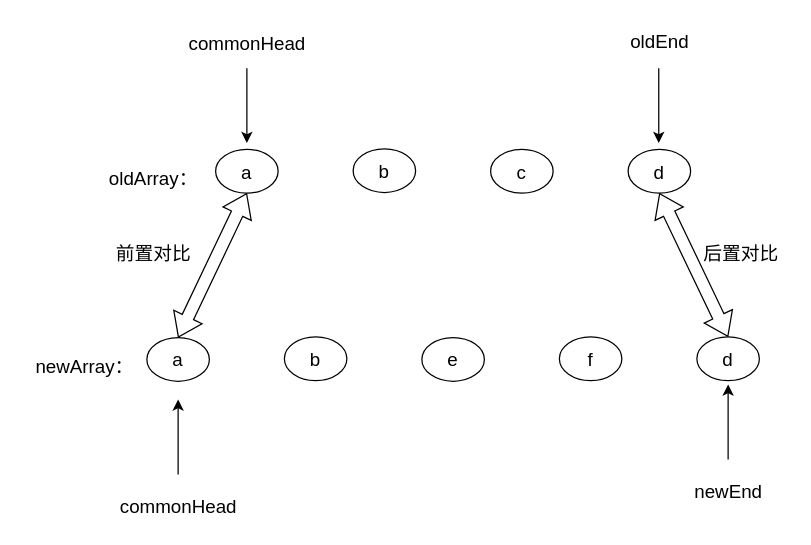
yuxinyu12345/diagrams keeps this draw.io diagram as 第五章/DIFF数组的头尾双端比较图.drawio. Above is the earlier version. Source tidied: cells renumbered, new cells numbered last; positions are measured from the earlier drawing's top-left corner, leaving out a move shared by most shapes. Both pictures are drawn from the tidied source at 125%, with x=0, y=0 at pixel (21, 21).
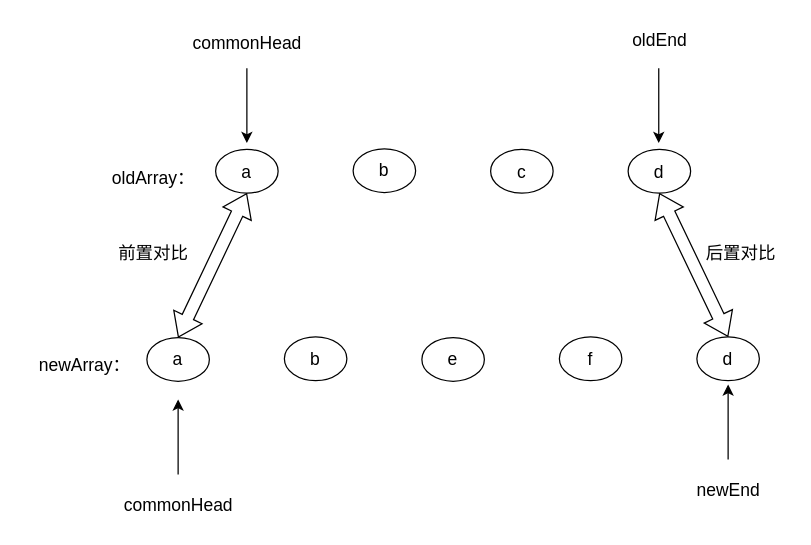
The same diagram, later.

Commit message (it also covers changes not shown here):
更新DIFF数组的头尾双端比较图.drawio

Change to the diagram source:
```diff
@@
-    <mxCell id="2" value="a" style="ellipse;whiteSpace=wrap;html=1;fontSize=15;" parent="1" vertex="1">
+    <mxCell id="2" value="a" style="ellipse;whiteSpace=wrap;html=1;fontSize=14;" parent="1" vertex="1">
       <mxGeometry x="155" y="102" width="50" height="35" as="geometry" />
     </mxCell>
-    <mxCell id="3" value="b" style="ellipse;whiteSpace=wrap;html=1;fontSize=15;" parent="1" vertex="1">
+    <mxCell id="3" value="b" style="ellipse;whiteSpace=wrap;html=1;fontSize=14;" parent="1" vertex="1">
       <mxGeometry x="265" y="101.5" width="50" height="35" as="geometry" />
     </mxCell>
-    <mxCell id="4" value="c" style="ellipse;whiteSpace=wrap;html=1;fontSize=15;" parent="1" vertex="1">
+    <mxCell id="4" value="c" style="ellipse;whiteSpace=wrap;html=1;fontSize=14;" parent="1" vertex="1">
       <mxGeometry x="375" y="102" width="50" height="35" as="geometry" />
     </mxCell>
-    <mxCell id="5" value="d" style="ellipse;whiteSpace=wrap;html=1;fontSize=15;" parent="1" vertex="1">
+    <mxCell id="5" value="d" style="ellipse;whiteSpace=wrap;html=1;fontSize=14;" parent="1" vertex="1">
       <mxGeometry x="485" y="102" width="50" height="35" as="geometry" />
     </mxCell>
-    <mxCell id="6" value="a" style="ellipse;whiteSpace=wrap;html=1;fontSize=15;" parent="1" vertex="1">
+    <mxCell id="6" value="a" style="ellipse;whiteSpace=wrap;html=1;fontSize=14;" parent="1" vertex="1">
       <mxGeometry x="100" y="252.5" width="50" height="35" as="geometry" />
     </mxCell>
-    <mxCell id="7" value="b" style="ellipse;whiteSpace=wrap;html=1;fontSize=15;" parent="1" vertex="1">
+    <mxCell id="7" value="b" style="ellipse;whiteSpace=wrap;html=1;fontSize=14;" parent="1" vertex="1">
       <mxGeometry x="210" y="252" width="50" height="35" as="geometry" />
     </mxCell>
-    <mxCell id="8" value="f" style="ellipse;whiteSpace=wrap;html=1;fontSize=15;" parent="1" vertex="1">
+    <mxCell id="8" value="f" style="ellipse;whiteSpace=wrap;html=1;fontSize=14;" parent="1" vertex="1">
       <mxGeometry x="430" y="252" width="50" height="35" as="geometry" />
     </mxCell>
-    <mxCell id="9" value="d" style="ellipse;whiteSpace=wrap;html=1;fontSize=15;" parent="1" vertex="1">
+    <mxCell id="9" value="d" style="ellipse;whiteSpace=wrap;html=1;fontSize=14;" parent="1" vertex="1">
       <mxGeometry x="540" y="252" width="50" height="35" as="geometry" />
     </mxCell>
-    <mxCell id="10" value="e" style="ellipse;whiteSpace=wrap;html=1;fontSize=15;" parent="1" vertex="1">
+    <mxCell id="10" value="e" style="ellipse;whiteSpace=wrap;html=1;fontSize=14;" parent="1" vertex="1">
       <mxGeometry x="320" y="252.5" width="50" height="35" as="geometry" />
     </mxCell>
-    <mxCell id="11" style="shape=flexArrow;endArrow=classic;startArrow=classic;html=1;rounded=0;endWidth=14;endSize=5.56;startWidth=14;startSize=5.56;exitX=0.5;exitY=1;exitDx=0;exitDy=0;entryX=0.5;entryY=0;entryDx=0;entryDy=0;fontSize=15;" parent="1" edge="1" source="2" target="6">
+    <mxCell id="11" style="shape=flexArrow;endArrow=classic;startArrow=classic;html=1;rounded=0;endWidth=14;endSize=5.56;startWidth=14;startSize=5.56;exitX=0.5;exitY=1;exitDx=0;exitDy=0;entryX=0.5;entryY=0;entryDx=0;entryDy=0;fontSize=14;" parent="1" edge="1" source="2" target="6">
       <mxGeometry relative="1" as="geometry" />
     </mxCell>
-    <mxCell id="12" style="shape=flexArrow;endArrow=classic;startArrow=classic;html=1;rounded=0;endWidth=14;endSize=5.56;startWidth=14;startSize=5.56;exitX=0.5;exitY=1;exitDx=0;exitDy=0;entryX=0.5;entryY=0;entryDx=0;entryDy=0;fontSize=15;" parent="1" edge="1" source="5" target="9">
+    <mxCell id="12" style="shape=flexArrow;endArrow=classic;startArrow=classic;html=1;rounded=0;endWidth=14;endSize=5.56;startWidth=14;startSize=5.56;exitX=0.5;exitY=1;exitDx=0;exitDy=0;entryX=0.5;entryY=0;entryDx=0;entryDy=0;fontSize=14;" parent="1" edge="1" source="5" target="9">
       <mxGeometry relative="1" as="geometry" />
     </mxCell>
-    <mxCell id="13" style="endArrow=classic;html=1;rounded=0;entryX=0.5;entryY=0;entryDx=0;entryDy=0;fontSize=15;" parent="1" edge="1">
+    <mxCell id="13" style="endArrow=classic;html=1;rounded=0;entryX=0.5;entryY=0;entryDx=0;entryDy=0;fontSize=14;" parent="1" edge="1">
       <mxGeometry relative="1" as="geometry">
         <mxPoint x="180" y="37" as="sourcePoint" />
         <mxPoint x="180" y="97" as="targetPoint" />
       </mxGeometry>
     </mxCell>
-    <mxCell id="14" value="commonHead" style="text;html=1;align=center;verticalAlign=middle;strokeColor=none;fillColor=none;fontSize=15;" parent="1" vertex="1">
-      <mxGeometry x="120" y="2" width="120" height="30" as="geometry" />
+    <mxCell id="14" value="commonHead" style="text;html=1;align=center;verticalAlign=middle;strokeColor=none;fillColor=none;fontSize=14;" parent="1" vertex="1">
+      <mxGeometry x="125" y="2" width="110" height="30" as="geometry" />
     </mxCell>
-    <mxCell id="15" style="endArrow=classic;html=1;rounded=0;fontSize=15;" parent="1" edge="1">
+    <mxCell id="15" style="endArrow=classic;html=1;rounded=0;fontSize=14;" parent="1" edge="1">
       <mxGeometry relative="1" as="geometry">
         <mxPoint x="125" y="362" as="sourcePoint" />
         <mxPoint x="125" y="302" as="targetPoint" />
       </mxGeometry>
     </mxCell>
-    <mxCell id="16" value="commonHead" style="text;html=1;align=center;verticalAlign=middle;strokeColor=none;fillColor=none;fontSize=15;" parent="1" vertex="1">
-      <mxGeometry x="65" y="372" width="120" height="30" as="geometry" />
+    <mxCell id="16" value="commonHead" style="text;html=1;align=center;verticalAlign=middle;strokeColor=none;fillColor=none;fontSize=14;" parent="1" vertex="1">
+      <mxGeometry x="70" y="372" width="110" height="30" as="geometry" />
     </mxCell>
-    <mxCell id="17" style="endArrow=classic;html=1;rounded=0;entryX=0.5;entryY=0;entryDx=0;entryDy=0;fontSize=15;" parent="1" edge="1">
+    <mxCell id="17" style="endArrow=classic;html=1;rounded=0;entryX=0.5;entryY=0;entryDx=0;entryDy=0;fontSize=14;" parent="1" edge="1">
       <mxGeometry relative="1" as="geometry">
         <mxPoint x="509.5" y="37" as="sourcePoint" />
         <mxPoint x="509.5" y="97" as="targetPoint" />
       </mxGeometry>
     </mxCell>
-    <mxCell id="18" value="oldEnd" style="text;html=1;align=center;verticalAlign=middle;strokeColor=none;fillColor=none;fontSize=15;" parent="1" vertex="1">
+    <mxCell id="18" value="oldEnd" style="text;html=1;align=center;verticalAlign=middle;strokeColor=none;fillColor=none;fontSize=14;" parent="1" vertex="1">
       <mxGeometry x="475" width="70" height="30" as="geometry" />
     </mxCell>
-    <mxCell id="19" style="endArrow=classic;html=1;rounded=0;fontSize=15;" parent="1" edge="1">
+    <mxCell id="19" style="endArrow=classic;html=1;rounded=0;fontSize=14;" parent="1" edge="1">
       <mxGeometry relative="1" as="geometry">
         <mxPoint x="565" y="350" as="sourcePoint" />
         <mxPoint x="565" y="290" as="targetPoint" />
       </mxGeometry>
     </mxCell>
-    <mxCell id="20" value="newEnd" style="text;html=1;align=center;verticalAlign=middle;strokeColor=none;fillColor=none;fontSize=15;" parent="1" vertex="1">
-      <mxGeometry x="525" y="360" width="80" height="30" as="geometry" />
+    <mxCell id="20" value="newEnd" style="text;html=1;align=center;verticalAlign=middle;strokeColor=none;fillColor=none;fontSize=14;" parent="1" vertex="1">
+      <mxGeometry x="530" y="360" width="70" height="30" as="geometry" />
     </mxCell>
-    <mxCell id="21" value="前置对比" style="text;html=1;align=center;verticalAlign=middle;strokeColor=none;fillColor=none;fontSize=15;" parent="1" vertex="1">
+    <mxCell id="21" value="前置对比" style="text;html=1;align=center;verticalAlign=middle;strokeColor=none;fillColor=none;fontSize=14;" parent="1" vertex="1">
       <mxGeometry x="65" y="170" width="80" height="30" as="geometry" />
     </mxCell>
-    <mxCell id="22" value="后置对比" style="text;html=1;align=center;verticalAlign=middle;strokeColor=none;fillColor=none;fontSize=15;" parent="1" vertex="1">
+    <mxCell id="22" value="后置对比" style="text;html=1;align=center;verticalAlign=middle;strokeColor=none;fillColor=none;fontSize=14;" parent="1" vertex="1">
       <mxGeometry x="535" y="170" width="80" height="30" as="geometry" />
     </mxCell>
-    <mxCell id="23" value="oldArray：" style="text;html=1;align=center;verticalAlign=middle;strokeColor=none;fillColor=none;fontSize=15;" parent="1" vertex="1">
+    <mxCell id="23" value="oldArray：" style="text;html=1;align=center;verticalAlign=middle;strokeColor=none;fillColor=none;fontSize=14;" parent="1" vertex="1">
       <mxGeometry x="60" y="109.5" width="90" height="30" as="geometry" />
     </mxCell>
-    <mxCell id="24" value="newArray：" style="text;html=1;align=center;verticalAlign=middle;strokeColor=none;fillColor=none;fontSize=15;" parent="1" vertex="1">
+    <mxCell id="24" value="newArray：" style="text;html=1;align=center;verticalAlign=middle;strokeColor=none;fillColor=none;fontSize=14;" parent="1" vertex="1">
       <mxGeometry y="260" width="100" height="30" as="geometry" />
     </mxCell>
```
